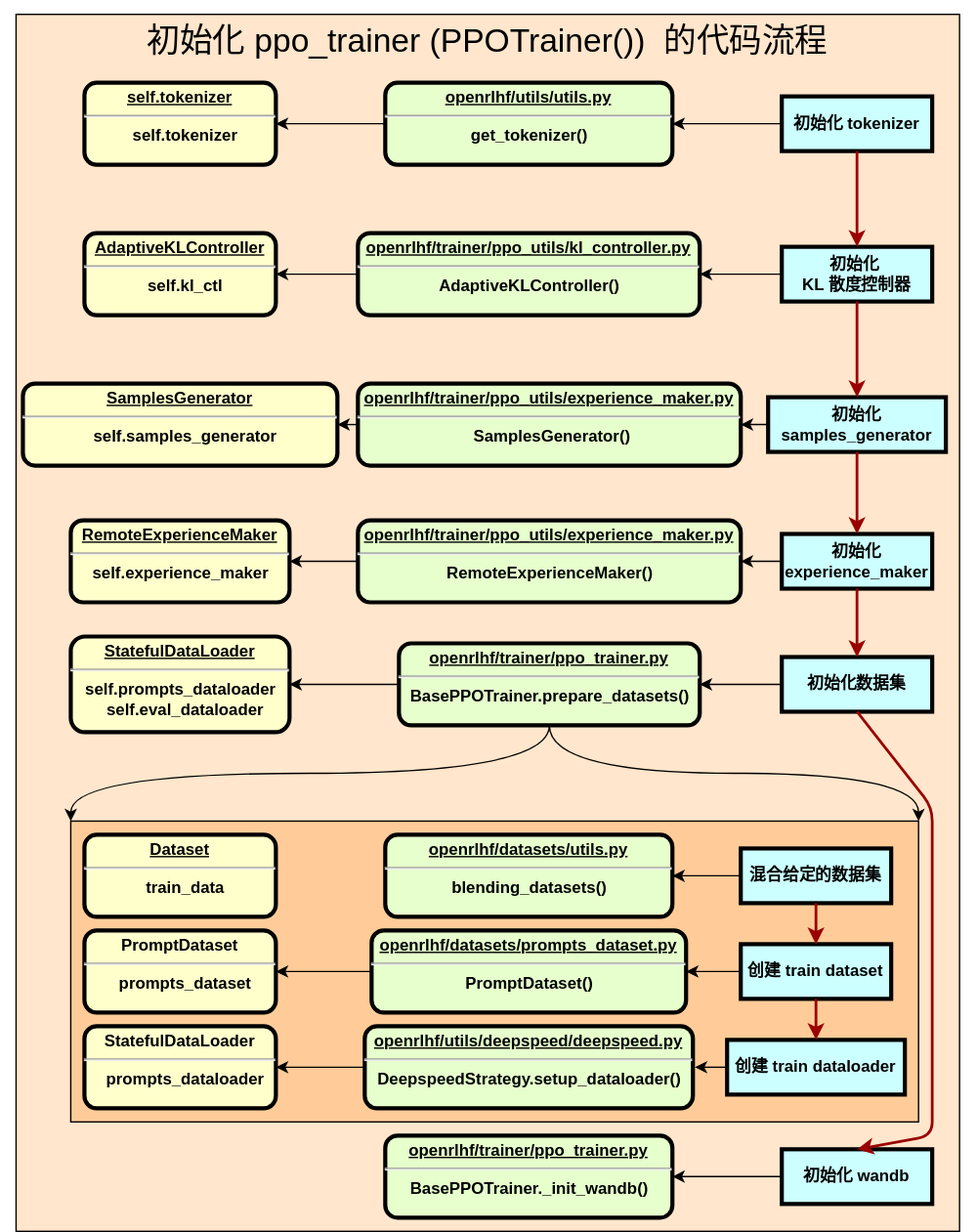
The draw.io diagram images/OpenRLHF_PPOTrainer.svg in cai-jianfeng/cai-jianfeng.github.io, before a commit. Source tidied: cells renumbered, new cells last; positions are measured from the earlier drawing's top-left corner, leaving out a move shared by most shapes.
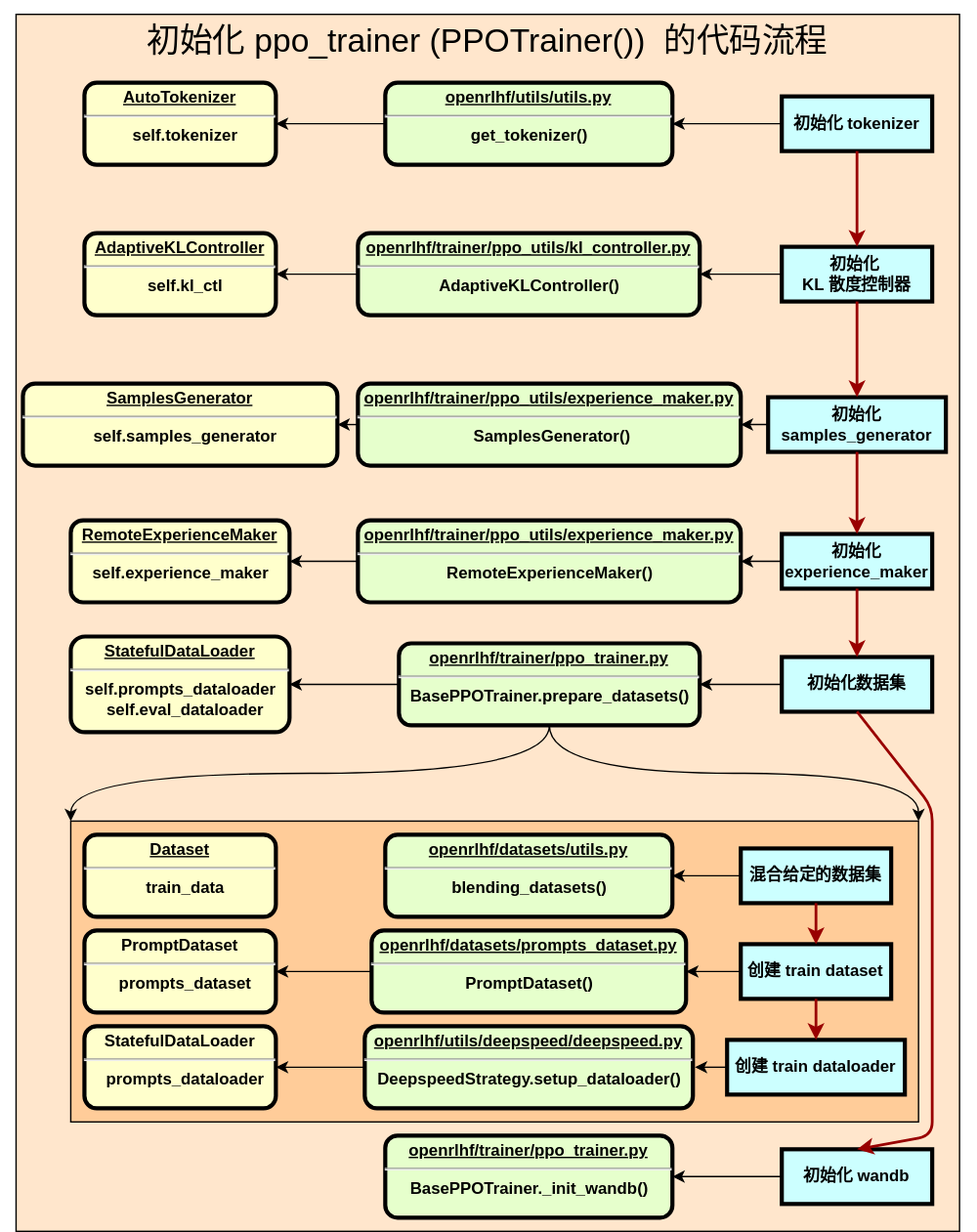
Later version of the same file.

Commit message:
update rlhf training pipeline blog

Change to the diagram source:
```diff
@@ -23,7 +23,7 @@
     <mxCell id="8" value="初始化 tokenizer" style="whiteSpace=wrap;align=center;verticalAlign=middle;fontStyle=1;strokeWidth=3;fillColor=#CCFFFF;" parent="1" vertex="1">
       <mxGeometry x="572" y="70" width="110" height="40" as="geometry" />
     </mxCell>
-    <mxCell id="9" value="&lt;p style=&quot;margin: 4px 0px 0px; text-align: center;&quot;&gt;&lt;u&gt;self.tokenizer&lt;/u&gt;&lt;/p&gt;&lt;hr&gt;&lt;p style=&quot;margin: 0px; margin-left: 8px;&quot;&gt;self.tokenizer&lt;/p&gt;" style="verticalAlign=middle;align=center;overflow=fill;fontSize=12;fontFamily=Helvetica;html=1;rounded=1;fontStyle=1;strokeWidth=3;fillColor=#FFFFCC;" parent="1" vertex="1">
+    <mxCell id="9" value="&lt;p style=&quot;margin: 4px 0px 0px; text-align: center;&quot;&gt;&lt;u&gt;AutoTokenizer&lt;/u&gt;&lt;/p&gt;&lt;hr&gt;&lt;p style=&quot;margin: 0px; margin-left: 8px;&quot;&gt;self.tokenizer&lt;/p&gt;" style="verticalAlign=middle;align=center;overflow=fill;fontSize=12;fontFamily=Helvetica;html=1;rounded=1;fontStyle=1;strokeWidth=3;fillColor=#FFFFCC;" parent="1" vertex="1">
       <mxGeometry x="62" y="60" width="140" height="60" as="geometry" />
     </mxCell>
     <mxCell id="10" style="edgeStyle=orthogonalEdgeStyle;curved=1;rounded=0;jettySize=auto;html=1;" parent="1" edge="1" source="11" target="12">
```
